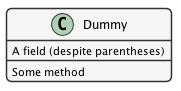
CDLUC3/Make-Data-Count keeps this PlantUML diagram as docs/design/MetricsObject.png. Above is the earlier version.
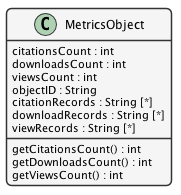
Later version of the same file.

Commit message:
MetricsObejct Class Diagram init

Reference: #120

Change to the diagram source:
```diff
@@ -33,9 +33,19 @@
 
   skinparam linetype ortho
 
-	class Dummy {
-		{field} A field (despite parentheses)
-		{method} Some method
+	class MetricsObject {
+		citationsCount : int
+		downloadsCount : int
+		viewsCount : int
+		objectID : String
+		citationRecords : String [*]
+		downloadRecords : String [*]
+		viewRecords : String [*]
+
+		getCitationsCount() : int
+		getDownloadsCount() : int
+		getViewsCount() : int
+
 	}
 
 @enduml
```
